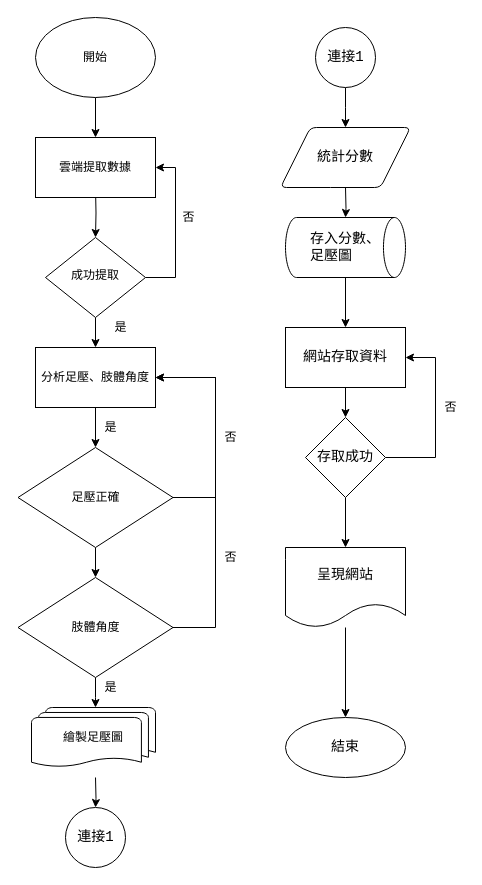
Above: Untitled Diagram.drawio in kelly1117ws/sql_project (draw.io), before the change. Source tidied: cells renumbered, new cells numbered last; positions are measured from the earlier drawing's top-left corner, leaving out a move shared by most shapes. Both pictures are drawn from the tidied source at 100%, with x=0, y=0 at pixel (17, 17).
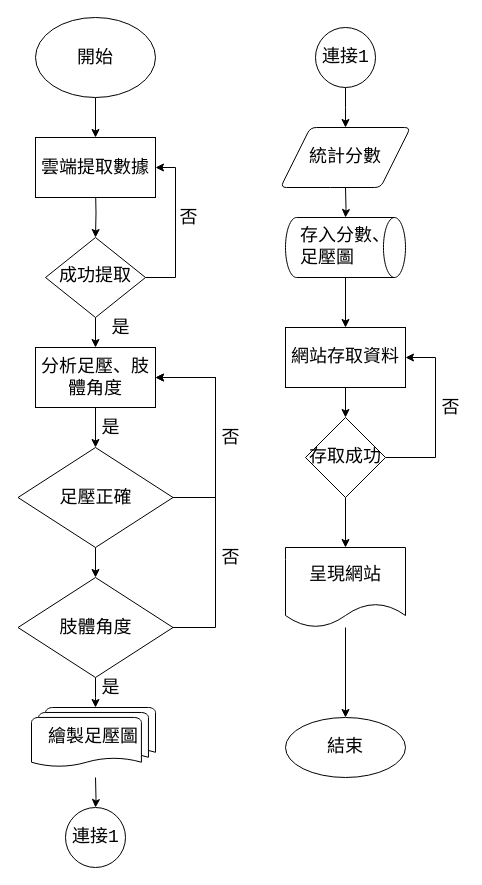
Above is the later version.

Commit message:
變更字體大小

Diff of the diagram source:
```diff
@@
-    <mxCell id="2" style="edgeStyle=orthogonalEdgeStyle;rounded=0;jettySize=auto;html=1;" parent="1" edge="1" target="5">
+    <mxCell id="2" style="edgeStyle=orthogonalEdgeStyle;rounded=0;jettySize=auto;html=1;fontSize=18;" parent="1" edge="1" target="5">
       <mxGeometry relative="1" as="geometry">
         <mxPoint x="78" y="170" as="sourcePoint" />
       </mxGeometry>
     </mxCell>
-    <mxCell id="3" style="edgeStyle=orthogonalEdgeStyle;rounded=0;jettySize=auto;html=1;" parent="1" edge="1" source="5" target="10">
+    <mxCell id="3" style="edgeStyle=orthogonalEdgeStyle;rounded=0;jettySize=auto;html=1;fontSize=18;" parent="1" edge="1" source="5" target="10">
       <mxGeometry relative="1" as="geometry" />
     </mxCell>
-    <mxCell id="4" style="edgeStyle=orthogonalEdgeStyle;rounded=0;jettySize=auto;html=1;entryX=1;entryY=0.5;entryDx=0;entryDy=0;" parent="1" edge="1" source="5">
+    <mxCell id="4" style="edgeStyle=orthogonalEdgeStyle;rounded=0;jettySize=auto;html=1;entryX=1;entryY=0.5;entryDx=0;entryDy=0;fontSize=18;" parent="1" edge="1" source="5">
       <mxGeometry relative="1" as="geometry">
         <mxPoint x="138" y="150" as="targetPoint" />
         <Array as="points">
           <mxPoint x="158" y="260" />
           <mxPoint x="158" y="150" />
         </Array>
       </mxGeometry>
     </mxCell>
-    <mxCell id="5" value="成功提取" style="rhombus;whiteSpace=wrap;html=1;shadow=0;fontFamily=Helvetica;fontSize=12;align=center;strokeWidth=1;spacing=6;spacingTop=-4;" parent="1" vertex="1">
+    <mxCell id="5" value="成功提取" style="rhombus;whiteSpace=wrap;html=1;shadow=0;fontFamily=Helvetica;fontSize=18;align=center;strokeWidth=1;spacing=6;spacingTop=-4;" parent="1" vertex="1">
       <mxGeometry x="28" y="220" width="100" height="80" as="geometry" />
     </mxCell>
-    <mxCell id="6" style="edgeStyle=orthogonalEdgeStyle;rounded=0;jettySize=auto;html=1;fontFamily=Courier New;fontSize=14;" parent="1" edge="1" source="7" target="28">
+    <mxCell id="6" style="edgeStyle=orthogonalEdgeStyle;rounded=0;jettySize=auto;html=1;fontFamily=Courier New;fontSize=18;" parent="1" edge="1" source="7" target="28">
       <mxGeometry relative="1" as="geometry" />
     </mxCell>
-    <mxCell id="7" style="ellipse;whiteSpace=wrap;html=1;shadow=0;" parent="1" vertex="1">
+    <mxCell id="7" style="ellipse;whiteSpace=wrap;html=1;shadow=0;fontSize=18;" parent="1" vertex="1">
       <mxGeometry x="18" width="120" height="80" as="geometry" />
     </mxCell>
-    <mxCell id="8" value="開始" style="text;html=1;strokeColor=none;fillColor=none;align=center;verticalAlign=middle;whiteSpace=wrap;rounded=0;shadow=0;" parent="1" vertex="1">
+    <mxCell id="8" value="開始" style="text;html=1;strokeColor=none;fillColor=none;align=center;verticalAlign=middle;whiteSpace=wrap;rounded=0;shadow=0;fontSize=18;" parent="1" vertex="1">
       <mxGeometry x="48" y="25" width="60" height="30" as="geometry" />
     </mxCell>
-    <mxCell id="9" style="edgeStyle=orthogonalEdgeStyle;rounded=0;jettySize=auto;html=1;" parent="1" edge="1" source="10" target="13">
+    <mxCell id="9" style="edgeStyle=orthogonalEdgeStyle;rounded=0;jettySize=auto;html=1;fontSize=18;" parent="1" edge="1" source="10" target="13">
       <mxGeometry relative="1" as="geometry" />
     </mxCell>
-    <mxCell id="10" value="分析足壓、&lt;span style=&quot;text-align: right&quot;&gt;肢體角度&lt;/span&gt;" style="rounded=0;whiteSpace=wrap;html=1;shadow=0;" parent="1" vertex="1">
+    <mxCell id="10" value="分析足壓、&lt;span style=&quot;text-align: right; font-size: 18px;&quot;&gt;肢體角度&lt;/span&gt;" style="rounded=0;whiteSpace=wrap;html=1;shadow=0;fontSize=18;" parent="1" vertex="1">
       <mxGeometry x="18" y="330" width="120" height="60" as="geometry" />
     </mxCell>
-    <mxCell id="11" style="edgeStyle=orthogonalEdgeStyle;rounded=0;jettySize=auto;html=1;entryX=1;entryY=0.5;entryDx=0;entryDy=0;" parent="1" edge="1" source="13" target="10">
+    <mxCell id="11" style="edgeStyle=orthogonalEdgeStyle;rounded=0;jettySize=auto;html=1;entryX=1;entryY=0.5;entryDx=0;entryDy=0;fontSize=18;" parent="1" edge="1" source="13" target="10">
       <mxGeometry relative="1" as="geometry">
         <Array as="points">
           <mxPoint x="198" y="480" />
           <mxPoint x="198" y="360" />
         </Array>
       </mxGeometry>
     </mxCell>
-    <mxCell id="12" style="edgeStyle=orthogonalEdgeStyle;rounded=0;jettySize=auto;html=1;" parent="1" edge="1" source="13" target="20">
+    <mxCell id="12" style="edgeStyle=orthogonalEdgeStyle;rounded=0;jettySize=auto;html=1;fontSize=18;" parent="1" edge="1" source="13" target="20">
       <mxGeometry relative="1" as="geometry" />
     </mxCell>
-    <mxCell id="13" value="足壓正確" style="rhombus;whiteSpace=wrap;html=1;rounded=0;shadow=0;" parent="1" vertex="1">
+    <mxCell id="13" value="足壓正確" style="rhombus;whiteSpace=wrap;html=1;rounded=0;shadow=0;fontSize=18;" parent="1" vertex="1">
       <mxGeometry x="0.5" y="430" width="155" height="100" as="geometry" />
     </mxCell>
-    <mxCell id="14" value="否" style="text;html=1;align=center;verticalAlign=middle;strokeColor=none;fillColor=none;" parent="1" vertex="1">
-      <mxGeometry x="155.5" y="190" width="30" height="20" as="geometry" />
+    <mxCell id="14" value="否" style="text;html=1;align=center;verticalAlign=middle;strokeColor=none;fillColor=none;fontSize=18;" parent="1" vertex="1">
+      <mxGeometry x="155.5" y="185" width="30" height="30" as="geometry" />
     </mxCell>
-    <mxCell id="15" value="是" style="text;html=1;align=center;verticalAlign=middle;strokeColor=none;fillColor=none;" parent="1" vertex="1">
-      <mxGeometry x="88" y="300" width="30" height="20" as="geometry" />
+    <mxCell id="15" value="是" style="text;html=1;align=center;verticalAlign=middle;strokeColor=none;fillColor=none;fontSize=18;" parent="1" vertex="1">
+      <mxGeometry x="88" y="295" width="30" height="30" as="geometry" />
     </mxCell>
-    <mxCell id="16" value="否" style="text;html=1;align=center;verticalAlign=middle;strokeColor=none;fillColor=none;" parent="1" vertex="1">
-      <mxGeometry x="198" y="410" width="30" height="20" as="geometry" />
+    <mxCell id="16" value="否" style="text;html=1;align=center;verticalAlign=middle;strokeColor=none;fillColor=none;fontSize=18;" parent="1" vertex="1">
+      <mxGeometry x="198" y="405" width="30" height="30" as="geometry" />
     </mxCell>
-    <mxCell id="17" value="是" style="text;html=1;align=center;verticalAlign=middle;strokeColor=none;fillColor=none;" parent="1" vertex="1">
-      <mxGeometry x="78" y="400" width="30" height="20" as="geometry" />
+    <mxCell id="17" value="是" style="text;html=1;align=center;verticalAlign=middle;strokeColor=none;fillColor=none;fontSize=18;" parent="1" vertex="1">
+      <mxGeometry x="78" y="395" width="30" height="30" as="geometry" />
     </mxCell>
-    <mxCell id="18" style="edgeStyle=orthogonalEdgeStyle;rounded=0;jettySize=auto;html=1;" parent="1" edge="1" source="20">
+    <mxCell id="18" style="edgeStyle=orthogonalEdgeStyle;rounded=0;jettySize=auto;html=1;fontSize=18;" parent="1" edge="1" source="20">
       <mxGeometry relative="1" as="geometry">
         <mxPoint x="138" y="360" as="targetPoint" />
         <Array as="points">
           <mxPoint x="198" y="610" />
           <mxPoint x="198" y="360" />
         </Array>
       </mxGeometry>
     </mxCell>
-    <mxCell id="19" style="edgeStyle=orthogonalEdgeStyle;rounded=0;jettySize=auto;html=1;entryX=0.5;entryY=0;entryDx=0;entryDy=0;entryPerimeter=0;" parent="1" edge="1" source="20">
+    <mxCell id="19" style="edgeStyle=orthogonalEdgeStyle;rounded=0;jettySize=auto;html=1;entryX=0.5;entryY=0;entryDx=0;entryDy=0;entryPerimeter=0;fontSize=18;" parent="1" edge="1" source="20">
       <mxGeometry relative="1" as="geometry">
         <mxPoint x="78" y="690" as="targetPoint" />
       </mxGeometry>
     </mxCell>
-    <mxCell id="20" value="肢體角度" style="rhombus;whiteSpace=wrap;html=1;rounded=0;shadow=0;" parent="1" vertex="1">
+    <mxCell id="20" value="肢體角度" style="rhombus;whiteSpace=wrap;html=1;rounded=0;shadow=0;fontSize=18;" parent="1" vertex="1">
       <mxGeometry x="0.5" y="560" width="155" height="100" as="geometry" />
     </mxCell>
-    <mxCell id="21" style="edgeStyle=orthogonalEdgeStyle;rounded=0;jettySize=auto;html=1;fontFamily=Courier New;fontSize=14;" parent="1" edge="1" target="22">
+    <mxCell id="21" style="edgeStyle=orthogonalEdgeStyle;rounded=0;jettySize=auto;html=1;fontFamily=Courier New;fontSize=18;" parent="1" edge="1" target="22">
       <mxGeometry relative="1" as="geometry">
         <mxPoint x="78" y="760" as="sourcePoint" />
       </mxGeometry>
     </mxCell>
-    <mxCell id="22" style="verticalLabelPosition=bottom;verticalAlign=top;html=1;shape=mxgraph.flowchart.on-page_reference;shadow=0;fontFamily=Courier New;fontSize=14;strokeWidth=1;" parent="1" vertex="1">
+    <mxCell id="22" style="verticalLabelPosition=bottom;verticalAlign=top;html=1;shape=mxgraph.flowchart.on-page_reference;shadow=0;fontFamily=Courier New;fontSize=18;strokeWidth=1;" parent="1" vertex="1">
       <mxGeometry x="48" y="790" width="60" height="60" as="geometry" />
     </mxCell>
-    <mxCell id="23" value="連接1" style="text;html=1;align=center;verticalAlign=middle;strokeColor=none;fillColor=none;fontSize=14;fontFamily=Courier New;" parent="1" vertex="1">
-      <mxGeometry x="53" y="810" width="50" height="20" as="geometry" />
+    <mxCell id="23" value="連接1" style="text;html=1;align=center;verticalAlign=middle;strokeColor=none;fillColor=none;fontSize=18;fontFamily=Courier New;" parent="1" vertex="1">
+      <mxGeometry x="48" y="805" width="60" height="30" as="geometry" />
     </mxCell>
-    <mxCell id="24" style="edgeStyle=orthogonalEdgeStyle;rounded=0;jettySize=auto;html=1;fontFamily=Courier New;fontSize=14;" parent="1" edge="1" source="25">
+    <mxCell id="24" style="edgeStyle=orthogonalEdgeStyle;rounded=0;jettySize=auto;html=1;fontFamily=Courier New;fontSize=18;" parent="1" edge="1" source="25">
       <mxGeometry relative="1" as="geometry">
         <mxPoint x="328" y="110" as="targetPoint" />
       </mxGeometry>
     </mxCell>
-    <mxCell id="25" style="verticalLabelPosition=bottom;verticalAlign=top;html=1;shape=mxgraph.flowchart.on-page_reference;shadow=0;fontFamily=Courier New;fontSize=14;strokeWidth=1;" parent="1" vertex="1">
+    <mxCell id="25" style="verticalLabelPosition=bottom;verticalAlign=top;html=1;shape=mxgraph.flowchart.on-page_reference;shadow=0;fontFamily=Courier New;fontSize=18;strokeWidth=1;" parent="1" vertex="1">
       <mxGeometry x="298" y="10" width="60" height="60" as="geometry" />
     </mxCell>
-    <mxCell id="26" value="連接1" style="text;html=1;align=center;verticalAlign=middle;strokeColor=none;fillColor=none;fontSize=14;fontFamily=Courier New;" parent="1" vertex="1">
-      <mxGeometry x="303" y="30" width="50" height="20" as="geometry" />
+    <mxCell id="26" value="連接1" style="text;html=1;align=center;verticalAlign=middle;strokeColor=none;fillColor=none;fontSize=18;fontFamily=Courier New;" parent="1" vertex="1">
+      <mxGeometry x="298" y="25" width="60" height="30" as="geometry" />
     </mxCell>
-    <mxCell id="27" style="edgeStyle=orthogonalEdgeStyle;rounded=0;jettySize=auto;html=1;fontFamily=Courier New;fontSize=14;" parent="1" edge="1" target="31">
+    <mxCell id="27" style="edgeStyle=orthogonalEdgeStyle;rounded=0;jettySize=auto;html=1;fontFamily=Courier New;fontSize=18;" parent="1" edge="1" target="31">
       <mxGeometry relative="1" as="geometry">
         <mxPoint x="328" y="170" as="sourcePoint" />
       </mxGeometry>
     </mxCell>
-    <mxCell id="28" value="&lt;span&gt;雲端提取數據&lt;/span&gt;" style="whiteSpace=wrap;html=1;shadow=0;" parent="1" vertex="1">
+    <mxCell id="28" value="&lt;span style=&quot;font-size: 18px;&quot;&gt;雲端提取數據&lt;/span&gt;" style="whiteSpace=wrap;html=1;shadow=0;fontSize=18;" parent="1" vertex="1">
       <mxGeometry x="18" y="120" width="120" height="60" as="geometry" />
     </mxCell>
-    <mxCell id="29" value="&lt;span style=&quot;font-family: &amp;quot;helvetica&amp;quot; ; font-size: 12px&quot;&gt;繪製足壓圖&lt;/span&gt;" style="strokeWidth=1;html=1;shape=mxgraph.flowchart.multi-document;whiteSpace=wrap;shadow=0;fontFamily=Courier New;fontSize=14;align=center;labelPosition=center;verticalLabelPosition=middle;verticalAlign=middle;" parent="1" vertex="1">
+    <mxCell id="29" value="&lt;span style=&quot;font-family: helvetica; font-size: 18px;&quot;&gt;繪製足壓圖&lt;/span&gt;" style="strokeWidth=1;html=1;shape=mxgraph.flowchart.multi-document;whiteSpace=wrap;shadow=0;fontFamily=Courier New;fontSize=18;align=center;labelPosition=center;verticalLabelPosition=middle;verticalAlign=middle;" parent="1" vertex="1">
       <mxGeometry x="14" y="690" width="124" height="60" as="geometry" />
     </mxCell>
-    <mxCell id="30" style="edgeStyle=orthogonalEdgeStyle;rounded=0;jettySize=auto;html=1;fontFamily=Courier New;fontSize=14;" parent="1" edge="1" source="31" target="34">
+    <mxCell id="30" style="edgeStyle=orthogonalEdgeStyle;rounded=0;jettySize=auto;html=1;fontFamily=Courier New;fontSize=18;" parent="1" edge="1" source="31" target="34">
       <mxGeometry relative="1" as="geometry" />
     </mxCell>
-    <mxCell id="31" value="存入分數、&lt;br&gt;&lt;div style=&quot;text-align: left&quot;&gt;&lt;span&gt;足壓圖&lt;/span&gt;&lt;/div&gt;" style="strokeWidth=1;html=1;shape=mxgraph.flowchart.direct_data;whiteSpace=wrap;shadow=0;fontFamily=Courier New;fontSize=14;" parent="1" vertex="1">
+    <mxCell id="31" value="存入分數、&lt;br style=&quot;font-size: 18px;&quot;&gt;&lt;div style=&quot;text-align: left; font-size: 18px;&quot;&gt;&lt;span style=&quot;font-size: 18px;&quot;&gt;足壓圖&lt;/span&gt;&lt;/div&gt;" style="strokeWidth=1;html=1;shape=mxgraph.flowchart.direct_data;whiteSpace=wrap;shadow=0;fontFamily=Courier New;fontSize=18;" parent="1" vertex="1">
       <mxGeometry x="268" y="200" width="120" height="60" as="geometry" />
     </mxCell>
-    <mxCell id="32" value="統計分數" style="shape=parallelogram;html=1;strokeWidth=1;perimeter=parallelogramPerimeter;whiteSpace=wrap;rounded=1;arcSize=12;size=0.23;shadow=0;fontFamily=Courier New;fontSize=14;" parent="1" vertex="1">
+    <mxCell id="32" value="統計分數" style="shape=parallelogram;html=1;strokeWidth=1;perimeter=parallelogramPerimeter;whiteSpace=wrap;rounded=1;arcSize=12;size=0.23;shadow=0;fontFamily=Courier New;fontSize=18;" parent="1" vertex="1">
       <mxGeometry x="263" y="110" width="130" height="60" as="geometry" />
     </mxCell>
-    <mxCell id="33" style="edgeStyle=orthogonalEdgeStyle;rounded=0;jettySize=auto;html=1;fontFamily=Courier New;fontSize=14;" parent="1" edge="1" source="34" target="37">
+    <mxCell id="33" style="edgeStyle=orthogonalEdgeStyle;rounded=0;jettySize=auto;html=1;fontFamily=Courier New;fontSize=18;" parent="1" edge="1" source="34" target="37">
       <mxGeometry relative="1" as="geometry" />
     </mxCell>
-    <mxCell id="34" value="網站存取資料" style="whiteSpace=wrap;html=1;fontSize=14;fontFamily=Courier New;strokeWidth=1;shadow=0;" parent="1" vertex="1">
+    <mxCell id="34" value="網站存取資料" style="whiteSpace=wrap;html=1;fontSize=18;fontFamily=Courier New;strokeWidth=1;shadow=0;" parent="1" vertex="1">
       <mxGeometry x="268" y="310" width="120" height="60" as="geometry" />
     </mxCell>
-    <mxCell id="35" style="edgeStyle=orthogonalEdgeStyle;rounded=0;jettySize=auto;html=1;exitX=1;exitY=0.5;exitDx=0;exitDy=0;entryX=1;entryY=0.5;entryDx=0;entryDy=0;fontFamily=Courier New;fontSize=14;" parent="1" edge="1" source="37" target="34">
+    <mxCell id="35" style="edgeStyle=orthogonalEdgeStyle;rounded=0;jettySize=auto;html=1;exitX=1;exitY=0.5;exitDx=0;exitDy=0;entryX=1;entryY=0.5;entryDx=0;entryDy=0;fontFamily=Courier New;fontSize=18;" parent="1" edge="1" source="37" target="34">
       <mxGeometry relative="1" as="geometry">
         <Array as="points">
           <mxPoint x="418" y="440" />
           <mxPoint x="418" y="340" />
         </Array>
       </mxGeometry>
     </mxCell>
-    <mxCell id="36" style="edgeStyle=orthogonalEdgeStyle;rounded=0;jettySize=auto;html=1;fontFamily=Courier New;fontSize=14;" parent="1" edge="1" source="37" target="42">
+    <mxCell id="36" style="edgeStyle=orthogonalEdgeStyle;rounded=0;jettySize=auto;html=1;fontFamily=Courier New;fontSize=18;" parent="1" edge="1" source="37" target="42">
       <mxGeometry relative="1" as="geometry" />
     </mxCell>
-    <mxCell id="37" value="存取成功" style="rhombus;whiteSpace=wrap;html=1;fontSize=14;fontFamily=Courier New;strokeWidth=1;shadow=0;" parent="1" vertex="1">
+    <mxCell id="37" value="存取成功" style="rhombus;whiteSpace=wrap;html=1;fontSize=18;fontFamily=Courier New;strokeWidth=1;shadow=0;" parent="1" vertex="1">
       <mxGeometry x="288" y="400" width="80" height="80" as="geometry" />
     </mxCell>
-    <mxCell id="38" value="否" style="text;html=1;align=center;verticalAlign=middle;strokeColor=none;fillColor=none;" parent="1" vertex="1">
-      <mxGeometry x="418" y="380" width="30" height="20" as="geometry" />
+    <mxCell id="38" value="否" style="text;html=1;align=center;verticalAlign=middle;strokeColor=none;fillColor=none;fontSize=18;" parent="1" vertex="1">
+      <mxGeometry x="418" y="375" width="30" height="30" as="geometry" />
     </mxCell>
-    <mxCell id="39" value="否" style="text;html=1;align=center;verticalAlign=middle;strokeColor=none;fillColor=none;" parent="1" vertex="1">
-      <mxGeometry x="198" y="530" width="30" height="20" as="geometry" />
+    <mxCell id="39" value="否" style="text;html=1;align=center;verticalAlign=middle;strokeColor=none;fillColor=none;fontSize=18;" parent="1" vertex="1">
+      <mxGeometry x="198" y="525" width="30" height="30" as="geometry" />
     </mxCell>
-    <mxCell id="40" value="是" style="text;html=1;align=center;verticalAlign=middle;strokeColor=none;fillColor=none;" parent="1" vertex="1">
-      <mxGeometry x="78" y="660" width="30" height="20" as="geometry" />
+    <mxCell id="40" value="是" style="text;html=1;align=center;verticalAlign=middle;strokeColor=none;fillColor=none;fontSize=18;" parent="1" vertex="1">
+      <mxGeometry x="78" y="655" width="30" height="30" as="geometry" />
     </mxCell>
-    <mxCell id="41" style="edgeStyle=orthogonalEdgeStyle;rounded=0;jettySize=auto;html=1;fontFamily=Courier New;fontSize=14;" parent="1" edge="1" source="42" target="43">
+    <mxCell id="41" style="edgeStyle=orthogonalEdgeStyle;rounded=0;jettySize=auto;html=1;fontFamily=Courier New;fontSize=18;" parent="1" edge="1" source="42" target="43">
       <mxGeometry relative="1" as="geometry" />
     </mxCell>
-    <mxCell id="42" value="呈現網站" style="shape=document;whiteSpace=wrap;html=1;boundedLbl=1;fontSize=14;fontFamily=Courier New;strokeWidth=1;shadow=0;" parent="1" vertex="1">
+    <mxCell id="42" value="呈現網站" style="shape=document;whiteSpace=wrap;html=1;boundedLbl=1;fontSize=18;fontFamily=Courier New;strokeWidth=1;shadow=0;" parent="1" vertex="1">
       <mxGeometry x="268" y="530" width="120" height="80" as="geometry" />
     </mxCell>
-    <mxCell id="43" value="結束" style="ellipse;whiteSpace=wrap;html=1;fontSize=14;fontFamily=Courier New;strokeWidth=1;shadow=0;" parent="1" vertex="1">
+    <mxCell id="43" value="結束" style="ellipse;whiteSpace=wrap;html=1;fontSize=18;fontFamily=Courier New;strokeWidth=1;shadow=0;" parent="1" vertex="1">
       <mxGeometry x="268" y="700" width="120" height="60" as="geometry" />
     </mxCell>
```
